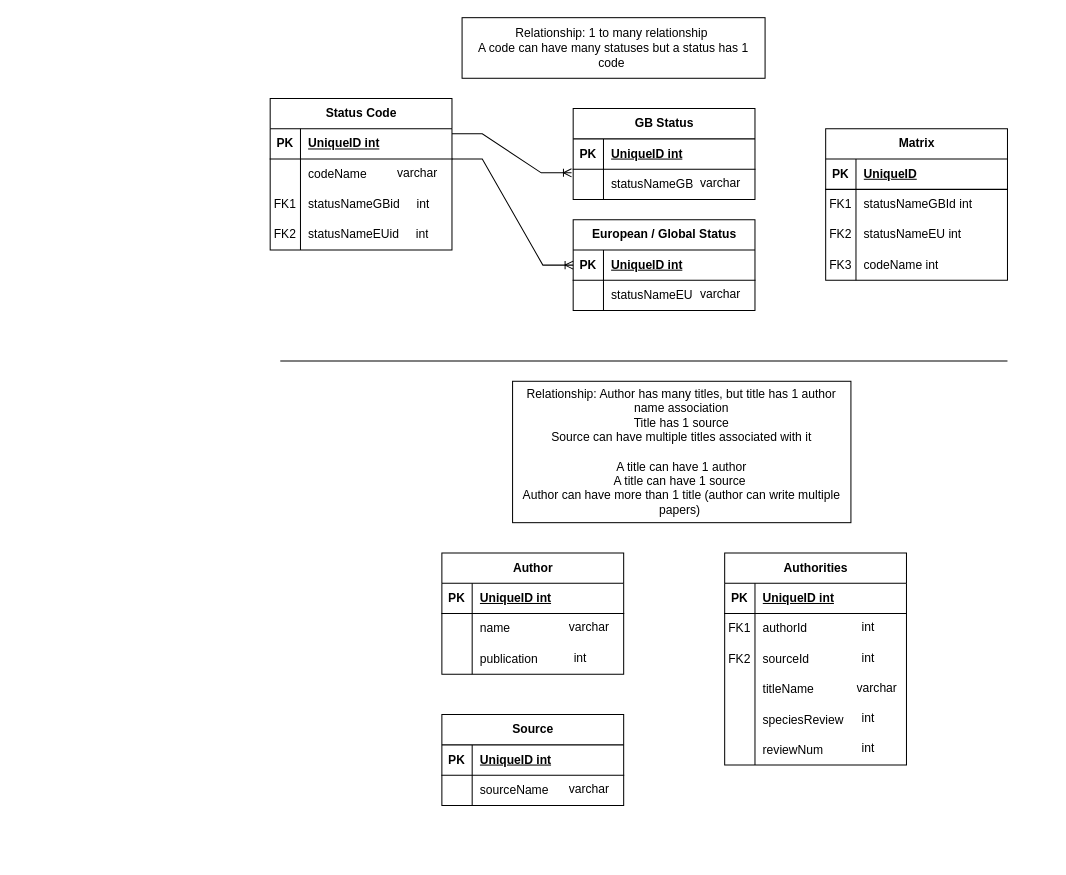
Earlier version of the draw.io diagram Untitled Diagram.drawio (ShazSeatter/db-diagrams). Source tidied: cells renumbered, new cells numbered last; positions are measured from the earlier drawing's top-left corner, leaving out a move shared by most shapes. Both pictures are drawn from the tidied source at 101%, with x=0, y=0 at pixel (270, 17).
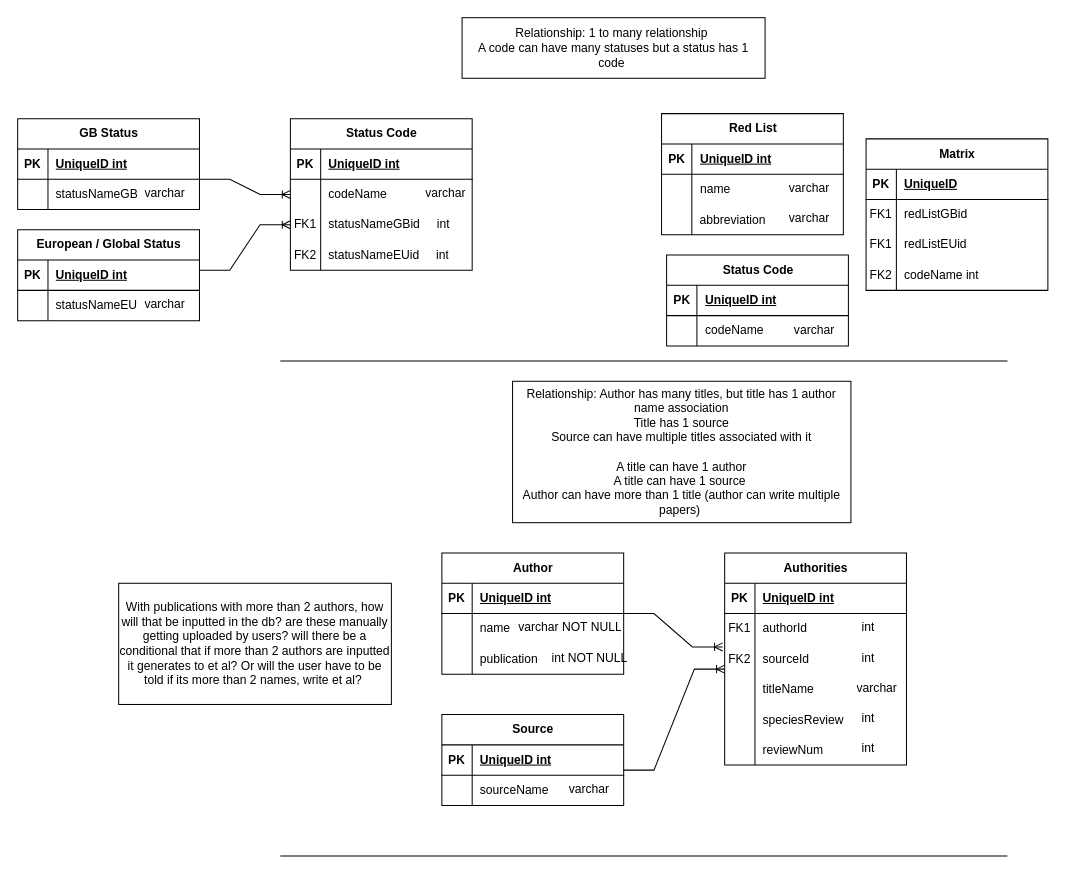
Above is the later version.

Commit message:
updates on matrix tables

Unchanged cells that the change refers to:
```xml
<mxCell id="6" style="shape=tableRow;horizontal=0;startSize=0;swimlaneHead=0;swimlaneBody=0;fillColor=none;points=[[0,0.5],[1,0.5]];portConstraint=eastwest;top=0;left=0;right=0;bottom=0;" parent="2" vertex="1">
  <mxGeometry y="60" width="180" height="30" as="geometry" />
</mxCell>
<mxCell id="25" style="shape=tableRow;horizontal=0;startSize=0;swimlaneHead=0;swimlaneBody=0;fillColor=none;points=[[0,0.5],[1,0.5]];portConstraint=eastwest;top=0;left=0;right=0;bottom=1;" parent="24" vertex="1">
  <mxGeometry y="30" width="180" height="30" as="geometry" />
</mxCell>
<mxCell id="43" style="shape=tableRow;horizontal=0;startSize=0;swimlaneHead=0;swimlaneBody=0;fillColor=none;top=0;left=0;right=0;bottom=0;" parent="33" vertex="1">
  <mxGeometry y="120" width="180" height="30" as="geometry" />
</mxCell>
```

Diff of the diagram source:
```diff
@@
     <mxCell id="2" value="GB Status" style="shape=table;startSize=30;childLayout=tableLayout;rowLines=0;fontStyle=1;align=center;html=1;" parent="1" vertex="1">
-      <mxGeometry x="300" y="90" width="180" height="90" as="geometry" />
+      <mxGeometry x="-250" y="100" width="180" height="90" as="geometry" />
     </mxCell>
@@
     <mxCell id="9" value="varchar" style="text;strokeColor=none;fillColor=none;spacingLeft=4;spacingRight=4;overflow=hidden;fontSize=12;whiteSpace=wrap;html=1;" parent="1" vertex="1">
-      <mxGeometry x="420" y="150" width="60" height="30" as="geometry" />
+      <mxGeometry x="-130" y="160" width="60" height="30" as="geometry" />
     </mxCell>
-    <mxCell id="10" value="Status Code" style="shape=table;startSize=30;childLayout=tableLayout;rowLines=0;fontStyle=1;align=center;html=1;" parent="1" vertex="1">
-      <mxGeometry y="80" width="180" height="150" as="geometry" />
-    </mxCell>
-    <mxCell id="11" style="shape=tableRow;horizontal=0;startSize=0;swimlaneHead=0;swimlaneBody=0;fillColor=none;top=0;left=0;right=0;bottom=1;" parent="10" vertex="1">
-      <mxGeometry y="30" width="180" height="30" as="geometry" />
-    </mxCell>
-    <mxCell id="12" value="PK" style="shape=partialRectangle;fillColor=none;top=0;left=0;bottom=0;right=0;fontStyle=1;overflow=hidden;whiteSpace=wrap;html=1;" parent="11" vertex="1">
-      <mxGeometry width="30" height="30" as="geometry" />
-    </mxCell>
-    <mxCell id="13" value="UniqueID int" style="shape=partialRectangle;fillColor=none;top=0;left=0;bottom=0;right=0;align=left;spacingLeft=6;fontStyle=5;overflow=hidden;whiteSpace=wrap;html=1;" parent="11" vertex="1">
-      <mxGeometry x="30" width="150" height="30" as="geometry" />
-    </mxCell>
-    <mxCell id="14" style="shape=tableRow;horizontal=0;startSize=0;swimlaneHead=0;swimlaneBody=0;fillColor=none;points=[[0,0.5],[1,0.5]];portConstraint=eastwest;top=0;left=0;right=0;bottom=0;" parent="10" vertex="1">
-      <mxGeometry y="60" width="180" height="30" as="geometry" />
-    </mxCell>
-    <mxCell id="15" style="shape=partialRectangle;fillColor=none;top=0;left=0;bottom=0;right=0;overflow=hidden;whiteSpace=wrap;html=1;" parent="14" vertex="1">
-      <mxGeometry width="30" height="30" as="geometry" />
-    </mxCell>
-    <mxCell id="16" value="codeName" style="shape=partialRectangle;fillColor=none;top=0;left=0;bottom=0;right=0;align=left;spacingLeft=6;overflow=hidden;whiteSpace=wrap;html=1;" parent="14" vertex="1">
-      <mxGeometry x="30" width="150" height="30" as="geometry" />
-    </mxCell>
-    <mxCell id="17" style="shape=tableRow;horizontal=0;startSize=0;swimlaneHead=0;swimlaneBody=0;fillColor=none;points=[[0,0.5],[1,0.5]];portConstraint=eastwest;top=0;left=0;right=0;bottom=0;" parent="10" vertex="1">
-      <mxGeometry y="90" width="180" height="30" as="geometry" />
-    </mxCell>
-    <mxCell id="18" value="FK1" style="shape=partialRectangle;fillColor=none;top=0;left=0;bottom=0;right=0;fontStyle=0;overflow=hidden;whiteSpace=wrap;html=1;" parent="17" vertex="1">
-      <mxGeometry width="30" height="30" as="geometry" />
-    </mxCell>
-    <mxCell id="19" value="statusNameGBid&amp;nbsp; &amp;nbsp; &amp;nbsp;int" style="shape=partialRectangle;fillColor=none;top=0;left=0;bottom=0;right=0;align=left;spacingLeft=6;fontStyle=0;overflow=hidden;whiteSpace=wrap;html=1;" parent="17" vertex="1">
-      <mxGeometry x="30" width="150" height="30" as="geometry" />
-    </mxCell>
-    <mxCell id="20" style="shape=tableRow;horizontal=0;startSize=0;swimlaneHead=0;swimlaneBody=0;fillColor=none;top=0;left=0;right=0;bottom=0;" parent="10" vertex="1">
-      <mxGeometry y="120" width="180" height="30" as="geometry" />
-    </mxCell>
-    <mxCell id="21" value="FK2" style="shape=partialRectangle;fillColor=none;top=0;left=0;bottom=0;right=0;fontStyle=0;overflow=hidden;whiteSpace=wrap;html=1;" parent="20" vertex="1">
-      <mxGeometry width="30" height="30" as="geometry" />
-    </mxCell>
-    <mxCell id="22" value="statusNameEUid&amp;nbsp; &amp;nbsp; &amp;nbsp;int" style="shape=partialRectangle;fillColor=none;top=0;left=0;bottom=0;right=0;align=left;spacingLeft=6;fontStyle=0;overflow=hidden;whiteSpace=wrap;html=1;" parent="20" vertex="1">
-      <mxGeometry x="30" width="150" height="30" as="geometry" />
-    </mxCell>
-    <mxCell id="23" value="varchar" style="text;strokeColor=none;fillColor=none;spacingLeft=4;spacingRight=4;overflow=hidden;fontSize=12;whiteSpace=wrap;html=1;" parent="1" vertex="1">
-      <mxGeometry x="120" y="140" width="60" height="30" as="geometry" />
-    </mxCell>
     <mxCell id="24" value="European / Global Status" style="shape=table;startSize=30;childLayout=tableLayout;rowLines=0;fontStyle=1;align=center;html=1;" parent="1" vertex="1">
-      <mxGeometry x="300" y="200" width="180" height="90" as="geometry" />
+      <mxGeometry x="-250" y="210" width="180" height="90" as="geometry" />
     </mxCell>
@@
     <mxCell id="31" value="varchar" style="text;strokeColor=none;fillColor=none;spacingLeft=4;spacingRight=4;overflow=hidden;fontSize=12;whiteSpace=wrap;html=1;" parent="1" vertex="1">
-      <mxGeometry x="420" y="260" width="60" height="30" as="geometry" />
+      <mxGeometry x="-130" y="270" width="60" height="30" as="geometry" />
     </mxCell>
@@
     <mxCell id="33" value="Matrix" style="shape=table;startSize=30;childLayout=tableLayout;rowLines=0;fontStyle=1;align=center;html=1;" parent="1" vertex="1">
-      <mxGeometry x="550" y="110" width="180" height="150" as="geometry" />
+      <mxGeometry x="590" y="120" width="180" height="150" as="geometry" />
     </mxCell>
@@
-    <mxCell id="37" style="shape=tableRow;horizontal=0;startSize=0;swimlaneHead=0;swimlaneBody=0;fillColor=none;top=0;left=0;right=0;bottom=0;" parent="33" vertex="1">
-      <mxGeometry y="60" width="180" height="30" as="geometry" />
-    </mxCell>
-    <mxCell id="38" value="FK1" style="shape=partialRectangle;fillColor=none;top=0;left=0;bottom=0;right=0;fontStyle=0;overflow=hidden;whiteSpace=wrap;html=1;" parent="37" vertex="1">
-      <mxGeometry width="30" height="30" as="geometry" />
-    </mxCell>
-    <mxCell id="39" value="statusNameGBId int&amp;nbsp;" style="shape=partialRectangle;fillColor=none;top=0;left=0;bottom=0;right=0;align=left;spacingLeft=6;fontStyle=0;overflow=hidden;whiteSpace=wrap;html=1;" parent="37" vertex="1">
-      <mxGeometry x="30" width="150" height="30" as="geometry" />
-    </mxCell>
-    <mxCell id="40" style="shape=tableRow;horizontal=0;startSize=0;swimlaneHead=0;swimlaneBody=0;fillColor=none;top=0;left=0;right=0;bottom=0;" parent="33" vertex="1">
-      <mxGeometry y="90" width="180" height="30" as="geometry" />
-    </mxCell>
-    <mxCell id="41" value="FK2" style="shape=partialRectangle;fillColor=none;top=0;left=0;bottom=0;right=0;fontStyle=0;overflow=hidden;whiteSpace=wrap;html=1;" parent="40" vertex="1">
-      <mxGeometry width="30" height="30" as="geometry" />
-    </mxCell>
-    <mxCell id="42" value="statusNameEU int" style="shape=partialRectangle;fillColor=none;top=0;left=0;bottom=0;right=0;align=left;spacingLeft=6;fontStyle=0;overflow=hidden;whiteSpace=wrap;html=1;" parent="40" vertex="1">
-      <mxGeometry x="30" width="150" height="30" as="geometry" />
-    </mxCell>
+    <mxCell id="94" style="shape=tableRow;horizontal=0;startSize=0;swimlaneHead=0;swimlaneBody=0;fillColor=none;top=0;left=0;right=0;bottom=0;" parent="33" vertex="1">
+      <mxGeometry y="60" width="180" height="30" as="geometry" />
+    </mxCell>
+    <mxCell id="95" value="FK1" style="shape=partialRectangle;fillColor=none;top=0;left=0;bottom=0;right=0;fontStyle=0;overflow=hidden;whiteSpace=wrap;html=1;" parent="94" vertex="1">
+      <mxGeometry width="30" height="30" as="geometry" />
+    </mxCell>
+    <mxCell id="96" value="redListGBid" style="shape=partialRectangle;fillColor=none;top=0;left=0;bottom=0;right=0;align=left;spacingLeft=6;fontStyle=0;overflow=hidden;whiteSpace=wrap;html=1;" parent="94" vertex="1">
+      <mxGeometry x="30" width="150" height="30" as="geometry" />
+    </mxCell>
+    <mxCell id="97" style="shape=tableRow;horizontal=0;startSize=0;swimlaneHead=0;swimlaneBody=0;fillColor=none;top=0;left=0;right=0;bottom=0;" parent="33" vertex="1">
+      <mxGeometry y="90" width="180" height="30" as="geometry" />
+    </mxCell>
+    <mxCell id="98" value="FK1" style="shape=partialRectangle;fillColor=none;top=0;left=0;bottom=0;right=0;fontStyle=0;overflow=hidden;whiteSpace=wrap;html=1;" parent="97" vertex="1">
+      <mxGeometry width="30" height="30" as="geometry" />
+    </mxCell>
+    <mxCell id="99" value="redListEUid" style="shape=partialRectangle;fillColor=none;top=0;left=0;bottom=0;right=0;align=left;spacingLeft=6;fontStyle=0;overflow=hidden;whiteSpace=wrap;html=1;" parent="97" vertex="1">
+      <mxGeometry x="30" width="150" height="30" as="geometry" />
+    </mxCell>
@@
-    <mxCell id="44" value="FK3" style="shape=partialRectangle;fillColor=none;top=0;left=0;bottom=0;right=0;fontStyle=0;overflow=hidden;whiteSpace=wrap;html=1;" parent="43" vertex="1">
+    <mxCell id="44" value="FK2" style="shape=partialRectangle;fillColor=none;top=0;left=0;bottom=0;right=0;fontStyle=0;overflow=hidden;whiteSpace=wrap;html=1;" parent="43" vertex="1">
       <mxGeometry width="30" height="30" as="geometry" />
     </mxCell>
@@
-    <mxCell id="46" style="edgeStyle=entityRelationEdgeStyle;fontSize=12;html=1;endArrow=ERoneToMany;rounded=0;entryX=-0.009;entryY=0.12;entryDx=0;entryDy=0;entryPerimeter=0;" parent="1" edge="1" target="6">
-      <mxGeometry relative="1" as="geometry">
-        <mxPoint x="180" y="115" as="sourcePoint" />
-      </mxGeometry>
-    </mxCell>
-    <mxCell id="47" style="edgeStyle=entityRelationEdgeStyle;fontSize=12;html=1;endArrow=ERoneToMany;rounded=0;entryX=0;entryY=0.5;entryDx=0;entryDy=0;" parent="1" edge="1" target="25">
-      <mxGeometry relative="1" as="geometry">
-        <mxPoint x="180" y="140" as="sourcePoint" />
-      </mxGeometry>
-    </mxCell>
@@
-    <mxCell id="59" value="varchar" style="text;strokeColor=none;fillColor=none;spacingLeft=4;spacingRight=4;overflow=hidden;fontSize=12;whiteSpace=wrap;html=1;" parent="1" vertex="1">
-      <mxGeometry x="290" y="590" width="50" height="30" as="geometry" />
+    <mxCell id="59" value="varchar NOT NULL" style="text;strokeColor=none;fillColor=none;spacingLeft=4;spacingRight=4;overflow=hidden;fontSize=12;whiteSpace=wrap;html=1;" parent="1" vertex="1">
+      <mxGeometry x="240" y="590" width="180" height="30" as="geometry" />
     </mxCell>
-    <mxCell id="60" value="int" style="text;strokeColor=none;fillColor=none;spacingLeft=4;spacingRight=4;overflow=hidden;fontSize=12;whiteSpace=wrap;html=1;" parent="1" vertex="1">
-      <mxGeometry x="295" y="620" width="40" height="30" as="geometry" />
+    <mxCell id="60" value="int NOT NULL" style="text;strokeColor=none;fillColor=none;spacingLeft=4;spacingRight=4;overflow=hidden;fontSize=12;whiteSpace=wrap;html=1;" parent="1" vertex="1">
+      <mxGeometry x="272.5" y="620" width="115" height="20" as="geometry" />
     </mxCell>
@@
+    <mxCell id="100" style="edgeStyle=entityRelationEdgeStyle;fontSize=12;html=1;endArrow=ERoneToMany;rounded=0;" parent="1" edge="1" target="14">
+      <mxGeometry relative="1" as="geometry">
+        <mxPoint x="-70" y="160" as="sourcePoint" />
+      </mxGeometry>
+    </mxCell>
+    <mxCell id="101" style="edgeStyle=entityRelationEdgeStyle;fontSize=12;html=1;endArrow=ERoneToMany;rounded=0;entryX=0;entryY=0.5;entryDx=0;entryDy=0;" parent="1" edge="1" target="17">
+      <mxGeometry relative="1" as="geometry">
+        <mxPoint x="-70" y="250" as="sourcePoint" />
+      </mxGeometry>
+    </mxCell>
+    <mxCell id="102" style="edgeStyle=entityRelationEdgeStyle;fontSize=12;html=1;endArrow=ERoneToMany;rounded=0;" parent="1" edge="1">
+      <mxGeometry relative="1" as="geometry">
+        <mxPoint x="350" y="590" as="sourcePoint" />
+        <mxPoint x="448" y="623" as="targetPoint" />
+      </mxGeometry>
+    </mxCell>
+    <mxCell id="103" style="edgeStyle=entityRelationEdgeStyle;fontSize=12;html=1;endArrow=ERoneToMany;rounded=0;" parent="1" edge="1">
+      <mxGeometry relative="1" as="geometry">
+        <mxPoint x="350" y="745" as="sourcePoint" />
+        <mxPoint x="450" y="645" as="targetPoint" />
+      </mxGeometry>
+    </mxCell>
+    <mxCell id="104" value="With publications with more than 2 authors, how will that be inputted in the db? are these manually getting uploaded by users? will there be a conditional that if more than 2 authors are inputted it generates to et al? Or will the user have to be told if its more than 2 names, write et al?&amp;nbsp;" style="rounded=0;whiteSpace=wrap;html=1;" parent="1" vertex="1">
+      <mxGeometry x="-150" y="560" width="270" height="120" as="geometry" />
+    </mxCell>
+    <mxCell id="105" style="group;" parent="1" vertex="1">
+      <mxGeometry x="387.5" y="95" width="180" height="120" as="geometry" />
+    </mxCell>
+    <mxCell id="106" value="Red List" style="shape=table;startSize=30;childLayout=tableLayout;rowLines=0;fontStyle=1;align=center;html=1;" parent="105" vertex="1">
+      <mxGeometry width="180" height="120" as="geometry" />
+    </mxCell>
+    <mxCell id="107" style="shape=tableRow;horizontal=0;startSize=0;swimlaneHead=0;swimlaneBody=0;fillColor=none;top=0;left=0;right=0;bottom=1;" parent="106" vertex="1">
+      <mxGeometry y="30" width="180" height="30" as="geometry" />
+    </mxCell>
+    <mxCell id="108" value="PK" style="shape=partialRectangle;fillColor=none;top=0;left=0;bottom=0;right=0;fontStyle=1;overflow=hidden;whiteSpace=wrap;html=1;" parent="107" vertex="1">
+      <mxGeometry width="30" height="30" as="geometry" />
+    </mxCell>
+    <mxCell id="109" value="UniqueID int" style="shape=partialRectangle;fillColor=none;top=0;left=0;bottom=0;right=0;align=left;spacingLeft=6;fontStyle=5;overflow=hidden;whiteSpace=wrap;html=1;" parent="107" vertex="1">
+      <mxGeometry x="30" width="150" height="30" as="geometry" />
+    </mxCell>
+    <mxCell id="110" style="shape=tableRow;horizontal=0;startSize=0;swimlaneHead=0;swimlaneBody=0;fillColor=none;top=0;left=0;right=0;bottom=0;" parent="106" vertex="1">
+      <mxGeometry y="60" width="180" height="30" as="geometry" />
+    </mxCell>
+    <mxCell id="111" style="shape=partialRectangle;fillColor=none;top=0;left=0;bottom=0;right=0;overflow=hidden;whiteSpace=wrap;html=1;" parent="110" vertex="1">
+      <mxGeometry width="30" height="30" as="geometry" />
+    </mxCell>
+    <mxCell id="112" value="name" style="shape=partialRectangle;fillColor=none;top=0;left=0;bottom=0;right=0;align=left;spacingLeft=6;overflow=hidden;whiteSpace=wrap;html=1;" parent="110" vertex="1">
+      <mxGeometry x="30" width="150" height="30" as="geometry" />
+    </mxCell>
+    <mxCell id="113" style="shape=tableRow;horizontal=0;startSize=0;swimlaneHead=0;swimlaneBody=0;fillColor=none;top=0;left=0;right=0;bottom=0;" parent="106" vertex="1">
+      <mxGeometry y="90" width="180" height="30" as="geometry" />
+    </mxCell>
+    <mxCell id="114" style="shape=partialRectangle;fillColor=none;top=0;left=0;bottom=0;right=0;overflow=hidden;" parent="113" vertex="1">
+      <mxGeometry width="30" height="30" as="geometry" />
+    </mxCell>
+    <mxCell id="115" value="abbreviation " style="shape=partialRectangle;fillColor=none;top=0;left=0;bottom=0;right=0;align=left;spacingLeft=6;overflow=hidden;" parent="113" vertex="1">
+      <mxGeometry x="30" width="150" height="30" as="geometry" />
+    </mxCell>
+    <mxCell id="116" value="varchar" style="text;strokeColor=none;fillColor=none;spacingLeft=4;spacingRight=4;overflow=hidden;fontSize=12;whiteSpace=wrap;html=1;" parent="105" vertex="1">
+      <mxGeometry x="120" y="60" width="60" height="30" as="geometry" />
+    </mxCell>
+    <mxCell id="117" value="varchar" style="text;strokeColor=none;fillColor=none;spacingLeft=4;spacingRight=4;overflow=hidden;fontSize=12;whiteSpace=wrap;html=1;" parent="105" vertex="1">
+      <mxGeometry x="120" y="90" width="60" height="30" as="geometry" />
+    </mxCell>
+    <mxCell id="118" style="group;" parent="1" vertex="1">
+      <mxGeometry x="20" y="100" width="187.5" height="150" as="geometry" />
+    </mxCell>
+    <mxCell id="10" value="Status Code" style="shape=table;startSize=30;childLayout=tableLayout;rowLines=0;fontStyle=1;align=center;html=1;" parent="118" vertex="1">
+      <mxGeometry width="180" height="150" as="geometry" />
+    </mxCell>
+    <mxCell id="11" style="shape=tableRow;horizontal=0;startSize=0;swimlaneHead=0;swimlaneBody=0;fillColor=none;top=0;left=0;right=0;bottom=1;" parent="10" vertex="1">
+      <mxGeometry y="30" width="180" height="30" as="geometry" />
+    </mxCell>
+    <mxCell id="12" value="PK" style="shape=partialRectangle;fillColor=none;top=0;left=0;bottom=0;right=0;fontStyle=1;overflow=hidden;whiteSpace=wrap;html=1;" parent="11" vertex="1">
+      <mxGeometry width="30" height="30" as="geometry" />
+    </mxCell>
+    <mxCell id="13" value="UniqueID int" style="shape=partialRectangle;fillColor=none;top=0;left=0;bottom=0;right=0;align=left;spacingLeft=6;fontStyle=5;overflow=hidden;whiteSpace=wrap;html=1;" parent="11" vertex="1">
+      <mxGeometry x="30" width="150" height="30" as="geometry" />
+    </mxCell>
+    <mxCell id="14" style="shape=tableRow;horizontal=0;startSize=0;swimlaneHead=0;swimlaneBody=0;fillColor=none;points=[[0,0.5],[1,0.5]];portConstraint=eastwest;top=0;left=0;right=0;bottom=0;" parent="10" vertex="1">
+      <mxGeometry y="60" width="180" height="30" as="geometry" />
+    </mxCell>
+    <mxCell id="15" style="shape=partialRectangle;fillColor=none;top=0;left=0;bottom=0;right=0;overflow=hidden;whiteSpace=wrap;html=1;" parent="14" vertex="1">
+      <mxGeometry width="30" height="30" as="geometry" />
+    </mxCell>
+    <mxCell id="16" value="codeName" style="shape=partialRectangle;fillColor=none;top=0;left=0;bottom=0;right=0;align=left;spacingLeft=6;overflow=hidden;whiteSpace=wrap;html=1;" parent="14" vertex="1">
+      <mxGeometry x="30" width="150" height="30" as="geometry" />
+    </mxCell>
+    <mxCell id="17" style="shape=tableRow;horizontal=0;startSize=0;swimlaneHead=0;swimlaneBody=0;fillColor=none;points=[[0,0.5],[1,0.5]];portConstraint=eastwest;top=0;left=0;right=0;bottom=0;" parent="10" vertex="1">
+      <mxGeometry y="90" width="180" height="30" as="geometry" />
+    </mxCell>
+    <mxCell id="18" value="FK1" style="shape=partialRectangle;fillColor=none;top=0;left=0;bottom=0;right=0;fontStyle=0;overflow=hidden;whiteSpace=wrap;html=1;" parent="17" vertex="1">
+      <mxGeometry width="30" height="30" as="geometry" />
+    </mxCell>
+    <mxCell id="19" value="statusNameGBid&amp;nbsp; &amp;nbsp; &amp;nbsp;int" style="shape=partialRectangle;fillColor=none;top=0;left=0;bottom=0;right=0;align=left;spacingLeft=6;fontStyle=0;overflow=hidden;whiteSpace=wrap;html=1;" parent="17" vertex="1">
+      <mxGeometry x="30" width="150" height="30" as="geometry" />
+    </mxCell>
+    <mxCell id="20" style="shape=tableRow;horizontal=0;startSize=0;swimlaneHead=0;swimlaneBody=0;fillColor=none;top=0;left=0;right=0;bottom=0;" parent="10" vertex="1">
+      <mxGeometry y="120" width="180" height="30" as="geometry" />
+    </mxCell>
+    <mxCell id="21" value="FK2" style="shape=partialRectangle;fillColor=none;top=0;left=0;bottom=0;right=0;fontStyle=0;overflow=hidden;whiteSpace=wrap;html=1;" parent="20" vertex="1">
+      <mxGeometry width="30" height="30" as="geometry" />
+    </mxCell>
+    <mxCell id="22" value="statusNameEUid&amp;nbsp; &amp;nbsp; &amp;nbsp;int" style="shape=partialRectangle;fillColor=none;top=0;left=0;bottom=0;right=0;align=left;spacingLeft=6;fontStyle=0;overflow=hidden;whiteSpace=wrap;html=1;" parent="20" vertex="1">
+      <mxGeometry x="30" width="150" height="30" as="geometry" />
+    </mxCell>
+    <mxCell id="23" value="varchar" style="text;strokeColor=none;fillColor=none;spacingLeft=4;spacingRight=4;overflow=hidden;fontSize=12;whiteSpace=wrap;html=1;" parent="118" vertex="1">
+      <mxGeometry x="127.5" y="60" width="60" height="30" as="geometry" />
+    </mxCell>
+    <mxCell id="119" style="group;" parent="1" vertex="1">
+      <mxGeometry x="392.5" y="235" width="187.5" height="100" as="geometry" />
+    </mxCell>
+    <mxCell id="120" value="Status Code" style="shape=table;startSize=30;childLayout=tableLayout;rowLines=0;fontStyle=1;align=center;html=1;" parent="119" vertex="1">
+      <mxGeometry width="180" height="90" as="geometry" />
+    </mxCell>
+    <mxCell id="121" style="shape=tableRow;horizontal=0;startSize=0;swimlaneHead=0;swimlaneBody=0;fillColor=none;top=0;left=0;right=0;bottom=1;" parent="120" vertex="1">
+      <mxGeometry y="30" width="180" height="30" as="geometry" />
+    </mxCell>
+    <mxCell id="122" value="PK" style="shape=partialRectangle;fillColor=none;top=0;left=0;bottom=0;right=0;fontStyle=1;overflow=hidden;whiteSpace=wrap;html=1;" parent="121" vertex="1">
+      <mxGeometry width="30" height="30" as="geometry" />
+    </mxCell>
+    <mxCell id="123" value="UniqueID int" style="shape=partialRectangle;fillColor=none;top=0;left=0;bottom=0;right=0;align=left;spacingLeft=6;fontStyle=5;overflow=hidden;whiteSpace=wrap;html=1;" parent="121" vertex="1">
+      <mxGeometry x="30" width="150" height="30" as="geometry" />
+    </mxCell>
+    <mxCell id="124" style="shape=tableRow;horizontal=0;startSize=0;swimlaneHead=0;swimlaneBody=0;fillColor=none;top=0;left=0;right=0;bottom=0;" parent="120" vertex="1">
+      <mxGeometry y="60" width="180" height="30" as="geometry" />
+    </mxCell>
+    <mxCell id="125" style="shape=partialRectangle;fillColor=none;top=0;left=0;bottom=0;right=0;overflow=hidden;whiteSpace=wrap;html=1;" parent="124" vertex="1">
+      <mxGeometry width="30" height="30" as="geometry" />
+    </mxCell>
+    <mxCell id="126" value="codeName" style="shape=partialRectangle;fillColor=none;top=0;left=0;bottom=0;right=0;align=left;spacingLeft=6;overflow=hidden;whiteSpace=wrap;html=1;" parent="124" vertex="1">
+      <mxGeometry x="30" width="150" height="30" as="geometry" />
+    </mxCell>
+    <mxCell id="127" value="varchar" style="text;strokeColor=none;fillColor=none;spacingLeft=4;spacingRight=4;overflow=hidden;fontSize=12;whiteSpace=wrap;html=1;" parent="119" vertex="1">
+      <mxGeometry x="120" y="61" width="60" height="20" as="geometry" />
+    </mxCell>
+    <mxCell id="128" style="endArrow=none;html=1;rounded=0;" parent="1" edge="1">
+      <mxGeometry relative="1" as="geometry">
+        <mxPoint x="10" y="830" as="sourcePoint" />
+        <mxPoint x="730" y="830" as="targetPoint" />
+      </mxGeometry>
+    </mxCell>
```
